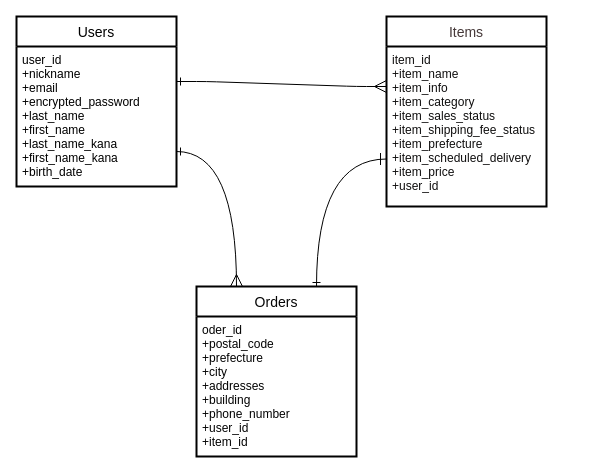
Earlier version of the draw.io diagram DB_ER.dio (m-miyashige/furima-kagawa2023-mimaka). Source tidied: cells renumbered, new cells numbered last; positions are measured from the earlier drawing's top-left corner, leaving out a move shared by most shapes. Both pictures are drawn from the tidied source at 100%, with x=0, y=0 at pixel (16, 16).
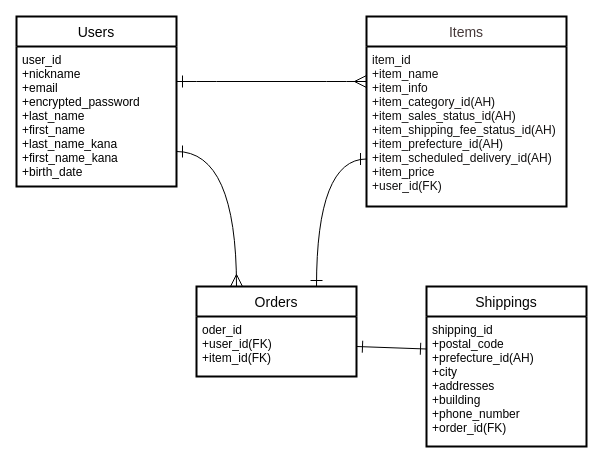
The same diagram, later.

Diff of the diagram source:
```diff
@@
 <mxGraphModel>
   <root>
     <mxCell id="0" />
     <mxCell id="1" parent="0" />
     <mxCell id="2" value="Users" style="swimlane;horizontal=1;startSize=30;rounded=0;fontSize=14;fontStyle=0;strokeWidth=2;shadow=0;dashed=0;align=center;labelBackgroundColor=none;labelBorderColor=none;swimlaneFillColor=#FFFFFF;" parent="1" vertex="1">
       <mxGeometry width="160" height="170" as="geometry" />
     </mxCell>
     <mxCell id="3" value="user_id&#10;+nickname&#10;+email&#10;+encrypted_password&#10;+last_name&#10;+first_name&#10;+last_name_kana&#10;+first_name_kana&#10;+birth_date" style="align=left;strokeColor=none;fillColor=none;spacingLeft=4;fontSize=12;verticalAlign=top;fontColor=#000000;" parent="2" vertex="1">
       <mxGeometry y="30" width="160" height="140" as="geometry" />
     </mxCell>
     <mxCell id="4" value="Items" style="swimlane;horizontal=1;startSize=30;rounded=0;fontSize=14;fontStyle=0;strokeWidth=2;shadow=0;dashed=0;align=center;fontColor=#463939;swimlaneFillColor=#FFFFFF;" parent="1" vertex="1">
-      <mxGeometry x="370" width="160" height="190" as="geometry" />
+      <mxGeometry x="350" width="200" height="190" as="geometry" />
     </mxCell>
-    <mxCell id="5" value="item_id&#10;+item_name&#10;+item_info&#10;+item_category&#10;+item_sales_status &#10;+item_shipping_fee_status&#10;+item_prefecture&#10;+item_scheduled_delivery&#10;+item_price&#10;+user_id" style="align=left;strokeColor=none;fillColor=none;spacingLeft=4;fontSize=12;verticalAlign=top;fontColor=#100f0f;" parent="4" vertex="1">
-      <mxGeometry y="30" width="160" height="160" as="geometry" />
+    <mxCell id="5" value="item_id&#10;+item_name&#10;+item_info&#10;+item_category_id(AH)&#10;+item_sales_status_id(AH)&#10;+item_shipping_fee_status_id(AH)&#10;+item_prefecture_id(AH)&#10;+item_scheduled_delivery_id(AH)&#10;+item_price&#10;+user_id(FK)" style="align=left;strokeColor=none;fillColor=none;spacingLeft=4;fontSize=12;verticalAlign=top;fontColor=#100f0f;" parent="4" vertex="1">
+      <mxGeometry y="30" width="200" height="160" as="geometry" />
     </mxCell>
-    <mxCell id="6" style="fontSize=12;html=1;endArrow=ERmany;fontColor=#F0F0F0;exitX=1;exitY=0.25;exitDx=0;exitDy=0;entryX=0;entryY=0.25;entryDx=0;entryDy=0;verticalAlign=middle;edgeStyle=entityRelationEdgeStyle;endSize=10;startArrow=ERone;startFill=0;endFill=0;" parent="1" edge="1" source="3" target="5">
-      <mxGeometry relative="1" as="geometry" />
+    <mxCell id="6" style="fontSize=12;html=1;endArrow=ERmany;fontColor=#F0F0F0;exitX=1;exitY=0.25;exitDx=0;exitDy=0;verticalAlign=middle;edgeStyle=entityRelationEdgeStyle;endSize=10;startArrow=ERone;startFill=0;endFill=0;startSize=10;" parent="1" edge="1" source="3">
+      <mxGeometry relative="1" as="geometry">
+        <mxPoint x="350" y="65" as="targetPoint" />
+      </mxGeometry>
     </mxCell>
     <mxCell id="7" value="Orders" style="swimlane;horizontal=1;startSize=30;rounded=0;fontSize=14;fontStyle=0;strokeWidth=2;shadow=0;dashed=0;align=center;fontColor=#050505;swimlaneFillColor=#FFFFFF;" parent="1" vertex="1">
-      <mxGeometry x="180" y="270" width="160" height="170" as="geometry" />
+      <mxGeometry x="180" y="270" width="160" height="90" as="geometry" />
     </mxCell>
-    <mxCell id="8" value="oder_id&#10;+postal_code&#10;+prefecture&#10;+city &#10;+addresses&#10;+building &#10;+phone_number&#10;+user_id&#10;+item_id" style="align=left;strokeColor=none;fillColor=none;spacingLeft=4;fontSize=12;verticalAlign=top;fontColor=#040404;" parent="7" vertex="1">
-      <mxGeometry y="30" width="160" height="140" as="geometry" />
+    <mxCell id="8" value="oder_id&#10;+user_id(FK)&#10;+item_id(FK)" style="align=left;strokeColor=none;fillColor=none;spacingLeft=4;fontSize=12;verticalAlign=top;fontColor=#040404;" parent="7" vertex="1">
+      <mxGeometry y="30" width="160" height="60" as="geometry" />
     </mxCell>
-    <mxCell id="9" style="edgeStyle=orthogonalEdgeStyle;fontSize=12;html=1;endArrow=ERmany;fontColor=#F0F0F0;exitX=1;exitY=0.75;exitDx=0;exitDy=0;curved=1;entryX=0.25;entryY=0;entryDx=0;entryDy=0;endSize=10;startArrow=ERone;startFill=0;endFill=0;" parent="1" edge="1" source="3" target="7">
+    <mxCell id="9" style="edgeStyle=orthogonalEdgeStyle;fontSize=12;html=1;endArrow=ERmany;fontColor=#F0F0F0;exitX=1;exitY=0.75;exitDx=0;exitDy=0;curved=1;entryX=0.25;entryY=0;entryDx=0;entryDy=0;endSize=10;startArrow=ERone;startFill=0;endFill=0;startSize=10;" parent="1" edge="1" source="3" target="7">
       <mxGeometry relative="1" as="geometry" />
     </mxCell>
-    <mxCell id="10" style="edgeStyle=orthogonalEdgeStyle;fontSize=12;html=1;endArrow=ERone;startArrow=ERone;fontColor=#F0F0F0;endSize=10;curved=1;entryX=0;entryY=0.75;entryDx=0;entryDy=0;exitX=0.75;exitY=0;exitDx=0;exitDy=0;startFill=0;endFill=0;" parent="1" edge="1" source="7" target="4">
+    <mxCell id="10" style="edgeStyle=orthogonalEdgeStyle;fontSize=12;html=1;endArrow=ERone;startArrow=ERone;fontColor=#F0F0F0;endSize=10;curved=1;entryX=0;entryY=0.75;entryDx=0;entryDy=0;exitX=0.75;exitY=0;exitDx=0;exitDy=0;startFill=0;endFill=0;startSize=10;" parent="1" edge="1" source="7" target="4">
       <mxGeometry relative="1" as="geometry" />
     </mxCell>
+    <mxCell id="11" value="Shippings" style="swimlane;horizontal=1;startSize=30;rounded=0;fontSize=14;fontStyle=0;strokeWidth=2;shadow=0;dashed=0;align=center;fontColor=#050505;swimlaneFillColor=#FFFFFF;" parent="1" vertex="1">
+      <mxGeometry x="410" y="270" width="160" height="160" as="geometry" />
+    </mxCell>
+    <mxCell id="12" value="shipping_id&#10;+postal_code&#10;+prefecture_id(AH)&#10;+city &#10;+addresses&#10;+building &#10;+phone_number&#10;+order_id(FK)&#10;" style="align=left;strokeColor=none;fillColor=none;spacingLeft=4;fontSize=12;verticalAlign=top;fontColor=#040404;" parent="11" vertex="1">
+      <mxGeometry y="30" width="160" height="130" as="geometry" />
+    </mxCell>
+    <mxCell id="13" style="fontSize=12;html=1;endArrow=ERone;endFill=0;exitX=1;exitY=0.5;exitDx=0;exitDy=0;entryX=0;entryY=0.25;entryDx=0;entryDy=0;endSize=10;startSize=10;startArrow=ERone;startFill=0;" parent="1" edge="1" source="8" target="12">
+      <mxGeometry relative="1" as="geometry" />
+    </mxCell>
   </root>
 </mxGraphModel>
```
